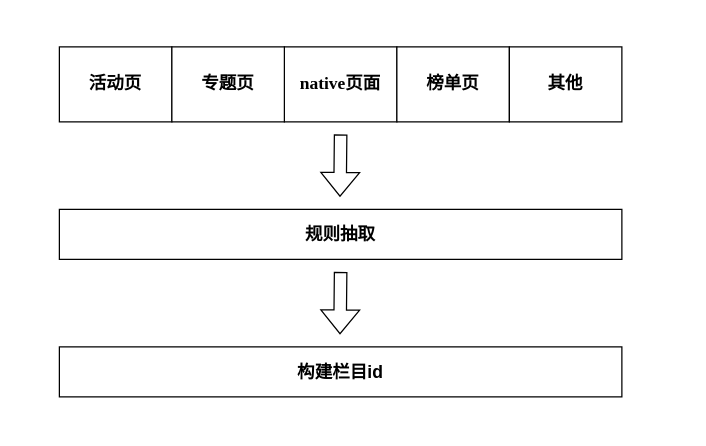
mineminemine123/work-wiki keeps this draw.io diagram as 栏目重构.drawio. Above is the earlier version. Source tidied: cells renumbered, new cells numbered last; positions are measured from the earlier drawing's top-left corner, leaving out a move shared by most shapes. Both pictures are drawn from the tidied source at 125%, with x=0, y=0 at pixel (59, 46).
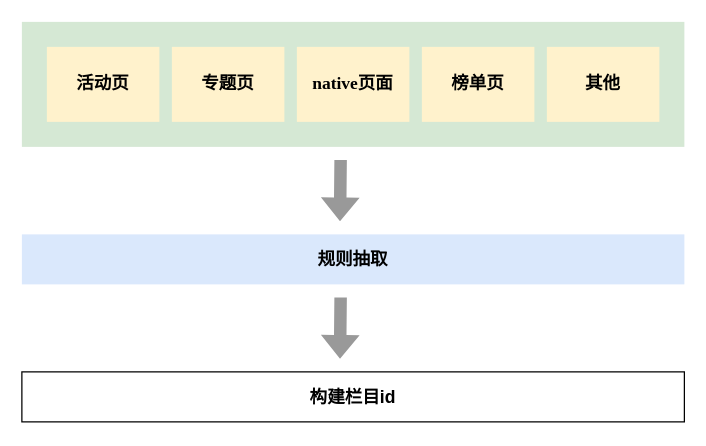
After the change.

Commit message (it also covers changes not shown here):
更新栏目重构.drawio

Change to the diagram source:
```diff
@@
 <mxGraphModel>
   <root>
     <mxCell id="0" />
     <mxCell id="1" parent="0" />
+    <mxCell id="11" style="rounded=0;whiteSpace=wrap;html=1;fillColor=#D5E8D4;strokeColor=none;" parent="1" vertex="1">
+      <mxGeometry x="-30" y="-20" width="530" height="100" as="geometry" />
+    </mxCell>
-    <mxCell id="2" value="&lt;div class=&quot;okr-block-clipboard&quot; style=&quot;font-size: 14px&quot;&gt;&lt;/div&gt;&lt;div style=&quot;font-size: 14px&quot;&gt;活动页&lt;/div&gt;" style="rounded=0;whiteSpace=wrap;html=1;sketch=0;fontStyle=1;fontFamily=Times New Roman;fontSize=14;" parent="1" vertex="1">
-      <mxGeometry width="90" height="60" as="geometry" />
+    <mxCell id="2" value="&lt;div class=&quot;okr-block-clipboard&quot; style=&quot;font-size: 14px&quot;&gt;&lt;/div&gt;&lt;div style=&quot;font-size: 14px&quot;&gt;活动页&lt;/div&gt;" style="rounded=0;whiteSpace=wrap;html=1;sketch=0;fontStyle=1;fontFamily=Times New Roman;fontSize=14;strokeColor=none;fillColor=#fff2cc;" parent="1" vertex="1">
+      <mxGeometry x="-10" width="90" height="60" as="geometry" />
     </mxCell>
-    <mxCell id="3" value="&lt;div class=&quot;okr-block-clipboard&quot; style=&quot;font-size: 14px&quot;&gt;&lt;/div&gt;&lt;h3 style=&quot;font-size: 14px&quot;&gt;native页面&lt;/h3&gt;" style="rounded=0;whiteSpace=wrap;html=1;sketch=0;fontStyle=1;fontFamily=Times New Roman;fontSize=14;" parent="1" vertex="1">
-      <mxGeometry x="180" width="90" height="60" as="geometry" />
+    <mxCell id="3" value="&lt;div class=&quot;okr-block-clipboard&quot; style=&quot;font-size: 14px&quot;&gt;&lt;/div&gt;&lt;h3 style=&quot;font-size: 14px&quot;&gt;native页面&lt;/h3&gt;" style="rounded=0;whiteSpace=wrap;html=1;sketch=0;fontStyle=1;fontFamily=Times New Roman;fontSize=14;strokeColor=none;fillColor=#fff2cc;" parent="1" vertex="1">
+      <mxGeometry x="190" width="90" height="60" as="geometry" />
     </mxCell>
-    <mxCell id="4" value="&lt;div class=&quot;okr-block-clipboard&quot; style=&quot;font-size: 14px;&quot;&gt;&lt;/div&gt;&lt;div style=&quot;font-size: 14px;&quot;&gt;榜单页&lt;/div&gt;" style="rounded=0;whiteSpace=wrap;html=1;sketch=0;fontStyle=1;fontFamily=Times New Roman;fontSize=14;" parent="1" vertex="1">
-      <mxGeometry x="270" width="90" height="60" as="geometry" />
+    <mxCell id="4" value="&lt;div class=&quot;okr-block-clipboard&quot; style=&quot;font-size: 14px;&quot;&gt;&lt;/div&gt;&lt;div style=&quot;font-size: 14px;&quot;&gt;榜单页&lt;/div&gt;" style="rounded=0;whiteSpace=wrap;html=1;sketch=0;fontStyle=1;fontFamily=Times New Roman;fontSize=14;strokeColor=none;fillColor=#fff2cc;" parent="1" vertex="1">
+      <mxGeometry x="290" width="90" height="60" as="geometry" />
     </mxCell>
-    <mxCell id="5" value="&lt;div class=&quot;okr-block-clipboard&quot; style=&quot;font-size: 14px&quot;&gt;&lt;/div&gt;&lt;div style=&quot;font-size: 14px&quot;&gt;其他&lt;/div&gt;" style="rounded=0;whiteSpace=wrap;html=1;sketch=0;fontStyle=1;fontFamily=Times New Roman;fontSize=14;" parent="1" vertex="1">
-      <mxGeometry x="360" width="90" height="60" as="geometry" />
+    <mxCell id="5" value="&lt;div class=&quot;okr-block-clipboard&quot; style=&quot;font-size: 14px&quot;&gt;&lt;/div&gt;&lt;div style=&quot;font-size: 14px&quot;&gt;其他&lt;/div&gt;" style="rounded=0;whiteSpace=wrap;html=1;sketch=0;fontStyle=1;fontFamily=Times New Roman;fontSize=14;strokeColor=none;fillColor=#fff2cc;" parent="1" vertex="1">
+      <mxGeometry x="390" width="90" height="60" as="geometry" />
     </mxCell>
-    <mxCell id="6" value="&lt;h3&gt;规则抽取&lt;/h3&gt;" style="rounded=0;whiteSpace=wrap;html=1;" parent="1" vertex="1">
-      <mxGeometry y="130" width="450" height="40" as="geometry" />
+    <mxCell id="6" value="&lt;h3&gt;规则抽取&lt;/h3&gt;" style="rounded=0;whiteSpace=wrap;html=1;fillColor=#dae8fc;strokeColor=none;" parent="1" vertex="1">
+      <mxGeometry x="-30" y="150" width="530" height="40" as="geometry" />
     </mxCell>
     <mxCell id="7" value="&lt;h3&gt;构建栏目id&lt;/h3&gt;" style="rounded=0;whiteSpace=wrap;html=1;" parent="1" vertex="1">
-      <mxGeometry y="240" width="450" height="40" as="geometry" />
+      <mxGeometry x="-30" y="260" width="530" height="40" as="geometry" />
     </mxCell>
-    <mxCell id="8" value="&lt;div class=&quot;okr-block-clipboard&quot; style=&quot;font-size: 14px&quot;&gt;&lt;/div&gt;&lt;div style=&quot;font-size: 14px&quot;&gt;专题页&lt;/div&gt;" style="rounded=0;whiteSpace=wrap;html=1;sketch=0;fontStyle=1;fontFamily=Times New Roman;fontSize=14;" parent="1" vertex="1">
+    <mxCell id="8" value="&lt;div class=&quot;okr-block-clipboard&quot; style=&quot;font-size: 14px&quot;&gt;&lt;/div&gt;&lt;div style=&quot;font-size: 14px&quot;&gt;专题页&lt;/div&gt;" style="rounded=0;whiteSpace=wrap;html=1;sketch=0;fontStyle=1;fontFamily=Times New Roman;fontSize=14;strokeColor=none;fillColor=#fff2cc;" parent="1" vertex="1">
       <mxGeometry x="90" width="90" height="60" as="geometry" />
     </mxCell>
-    <mxCell id="9" style="shape=flexArrow;endArrow=classic;html=1;rounded=0;" parent="1" edge="1">
+    <mxCell id="9" style="shape=flexArrow;endArrow=classic;html=1;rounded=0;strokeColor=none;fillColor=#999999;" parent="1" edge="1">
       <mxGeometry relative="1" as="geometry">
-        <mxPoint x="225" y="70" as="sourcePoint" />
-        <mxPoint x="224.5" y="120" as="targetPoint" />
+        <mxPoint x="225" y="90" as="sourcePoint" />
+        <mxPoint x="224.5" y="140" as="targetPoint" />
       </mxGeometry>
     </mxCell>
-    <mxCell id="10" style="shape=flexArrow;endArrow=classic;html=1;rounded=0;" parent="1" edge="1">
+    <mxCell id="10" style="shape=flexArrow;endArrow=classic;html=1;rounded=0;strokeColor=none;fillColor=#999999;" parent="1" edge="1">
       <mxGeometry relative="1" as="geometry">
-        <mxPoint x="225" y="180" as="sourcePoint" />
-        <mxPoint x="224.5" y="230" as="targetPoint" />
+        <mxPoint x="225" y="200" as="sourcePoint" />
+        <mxPoint x="224.5" y="250" as="targetPoint" />
       </mxGeometry>
     </mxCell>
   </root>
 </mxGraphModel>
```
